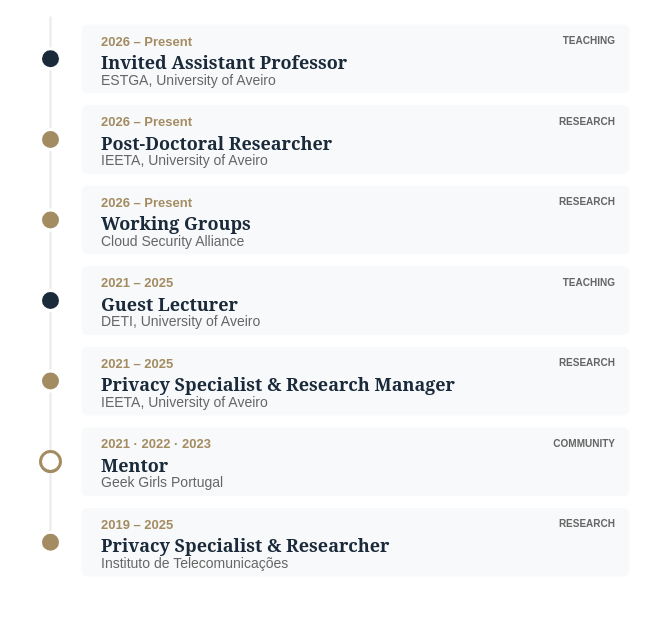
Above: img/professional-journey.drawio in catarinaacsilva/catarinaacsilva.github.io (draw.io), before the change. Source tidied: cells renumbered, new cells numbered last; positions are measured from the earlier drawing's top-left corner, leaving out a move shared by most shapes. Both pictures are drawn from the tidied source at 100%, with x=0, y=0 at pixel (40, 16).
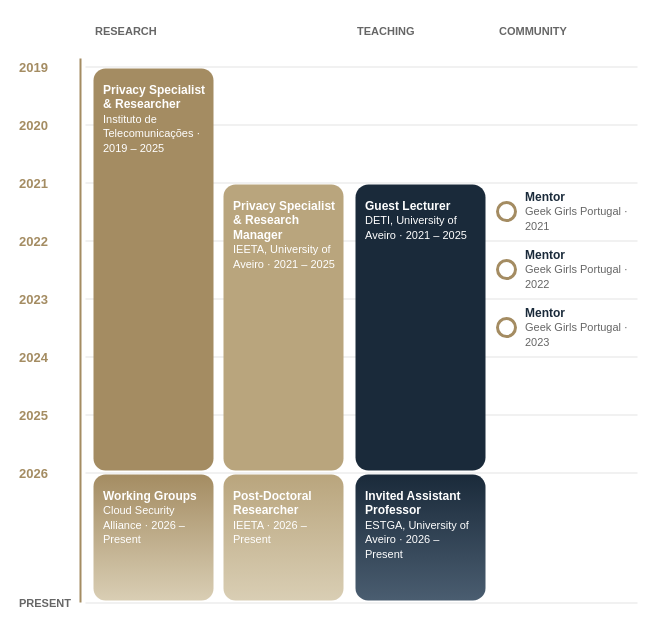
The same diagram, later.

Commit message (it also covers changes not shown here):
Home: Professional Journey as a real timeline with a year axis

Change to the diagram source:
```diff
@@
-    <mxCell id="2" style="rounded=0;fillColor=#eaeaea;strokeColor=none;" parent="1" vertex="1">
-      <mxGeometry x="9" width="2" height="525.7" as="geometry" />
+    <mxCell id="2" style="rounded=0;fillColor=#e3e3e3;strokeColor=none;" parent="1" vertex="1">
+      <mxGeometry x="45" y="50" width="552" height="1" as="geometry" />
     </mxCell>
-    <mxCell id="3" style="rounded=1;arcSize=8;fillColor=#f8f9fa;strokeColor=none;shadow=0;" parent="1" vertex="1">
-      <mxGeometry x="41" y="8" width="548" height="68.6" as="geometry" />
+    <mxCell id="3" value="2019" style="text;html=0;align=left;verticalAlign=middle;fontFamily=Helvetica;fontSize=13;fontStyle=1;fontColor=#a48c62;" parent="1" vertex="1">
+      <mxGeometry x="-23" y="40" width="60" height="20" as="geometry" />
     </mxCell>
-    <mxCell id="4" style="ellipse;fillColor=#1a2a3a;strokeColor=#ffffff;strokeWidth=3;" parent="1" vertex="1">
-      <mxGeometry y="32.3" width="20" height="20" as="geometry" />
+    <mxCell id="4" style="rounded=0;fillColor=#e3e3e3;strokeColor=none;" parent="1" vertex="1">
+      <mxGeometry x="45" y="108" width="552" height="1" as="geometry" />
     </mxCell>
-    <mxCell id="5" value="2026 – Present" style="text;html=0;align=left;verticalAlign=middle;fontFamily=Helvetica;fontSize=13;fontStyle=1;fontColor=#a48c62;spacingLeft=0;" parent="1" vertex="1">
-      <mxGeometry x="59" y="15" width="300" height="18" as="geometry" />
+    <mxCell id="5" value="2020" style="text;html=0;align=left;verticalAlign=middle;fontFamily=Helvetica;fontSize=13;fontStyle=1;fontColor=#a48c62;" parent="1" vertex="1">
+      <mxGeometry x="-23" y="98" width="60" height="20" as="geometry" />
     </mxCell>
-    <mxCell id="6" value="TEACHING" style="text;html=0;align=right;verticalAlign=middle;fontFamily=Helvetica;fontSize=10;fontStyle=1;fontColor=#666666;" parent="1" vertex="1">
-      <mxGeometry x="427" y="15" width="150" height="18" as="geometry" />
+    <mxCell id="6" style="rounded=0;fillColor=#e3e3e3;strokeColor=none;" parent="1" vertex="1">
+      <mxGeometry x="45" y="166" width="552" height="1" as="geometry" />
     </mxCell>
-    <mxCell id="7" value="Invited Assistant Professor" style="text;html=0;align=left;verticalAlign=middle;fontFamily=Georgia;fontSize=18;fontStyle=1;fontColor=#1a2a3a;" parent="1" vertex="1">
-      <mxGeometry x="59" y="33" width="510" height="24" as="geometry" />
+    <mxCell id="7" value="2021" style="text;html=0;align=left;verticalAlign=middle;fontFamily=Helvetica;fontSize=13;fontStyle=1;fontColor=#a48c62;" parent="1" vertex="1">
+      <mxGeometry x="-23" y="156" width="60" height="20" as="geometry" />
     </mxCell>
-    <mxCell id="8" value="ESTGA, University of Aveiro" style="text;html=0;align=left;verticalAlign=middle;fontFamily=Helvetica;fontSize=14;fontColor=#666666;" parent="1" vertex="1">
-      <mxGeometry x="59" y="52.6" width="510" height="20" as="geometry" />
+    <mxCell id="8" style="rounded=0;fillColor=#e3e3e3;strokeColor=none;" parent="1" vertex="1">
+      <mxGeometry x="45" y="224" width="552" height="1" as="geometry" />
     </mxCell>
-    <mxCell id="9" style="rounded=1;arcSize=8;fillColor=#f8f9fa;strokeColor=none;shadow=0;" parent="1" vertex="1">
-      <mxGeometry x="41" y="88.6" width="548" height="68.6" as="geometry" />
+    <mxCell id="9" value="2022" style="text;html=0;align=left;verticalAlign=middle;fontFamily=Helvetica;fontSize=13;fontStyle=1;fontColor=#a48c62;" parent="1" vertex="1">
+      <mxGeometry x="-23" y="214" width="60" height="20" as="geometry" />
     </mxCell>
-    <mxCell id="10" style="ellipse;fillColor=#a48c62;strokeColor=#ffffff;strokeWidth=3;" parent="1" vertex="1">
-      <mxGeometry y="112.9" width="20" height="20" as="geometry" />
+    <mxCell id="10" style="rounded=0;fillColor=#e3e3e3;strokeColor=none;" parent="1" vertex="1">
+      <mxGeometry x="45" y="282" width="552" height="1" as="geometry" />
     </mxCell>
-    <mxCell id="11" value="2026 – Present" style="text;html=0;align=left;verticalAlign=middle;fontFamily=Helvetica;fontSize=13;fontStyle=1;fontColor=#a48c62;spacingLeft=0;" parent="1" vertex="1">
-      <mxGeometry x="59" y="95.6" width="300" height="18" as="geometry" />
+    <mxCell id="11" value="2023" style="text;html=0;align=left;verticalAlign=middle;fontFamily=Helvetica;fontSize=13;fontStyle=1;fontColor=#a48c62;" parent="1" vertex="1">
+      <mxGeometry x="-23" y="272" width="60" height="20" as="geometry" />
     </mxCell>
-    <mxCell id="12" value="RESEARCH" style="text;html=0;align=right;verticalAlign=middle;fontFamily=Helvetica;fontSize=10;fontStyle=1;fontColor=#666666;" parent="1" vertex="1">
-      <mxGeometry x="427" y="95.6" width="150" height="18" as="geometry" />
+    <mxCell id="12" style="rounded=0;fillColor=#e3e3e3;strokeColor=none;" parent="1" vertex="1">
+      <mxGeometry x="45" y="340" width="552" height="1" as="geometry" />
     </mxCell>
-    <mxCell id="13" value="Post-Doctoral Researcher" style="text;html=0;align=left;verticalAlign=middle;fontFamily=Georgia;fontSize=18;fontStyle=1;fontColor=#1a2a3a;" parent="1" vertex="1">
-      <mxGeometry x="59" y="113.6" width="510" height="24" as="geometry" />
+    <mxCell id="13" value="2024" style="text;html=0;align=left;verticalAlign=middle;fontFamily=Helvetica;fontSize=13;fontStyle=1;fontColor=#a48c62;" parent="1" vertex="1">
+      <mxGeometry x="-23" y="330" width="60" height="20" as="geometry" />
     </mxCell>
-    <mxCell id="14" value="IEETA, University of Aveiro" style="text;html=0;align=left;verticalAlign=middle;fontFamily=Helvetica;fontSize=14;fontColor=#666666;" parent="1" vertex="1">
-      <mxGeometry x="59" y="133.1" width="510" height="20" as="geometry" />
+    <mxCell id="14" style="rounded=0;fillColor=#e3e3e3;strokeColor=none;" parent="1" vertex="1">
+      <mxGeometry x="45" y="398" width="552" height="1" as="geometry" />
     </mxCell>
-    <mxCell id="15" style="rounded=1;arcSize=8;fillColor=#f8f9fa;strokeColor=none;shadow=0;" parent="1" vertex="1">
-      <mxGeometry x="41" y="169.1" width="548" height="68.6" as="geometry" />
+    <mxCell id="15" value="2025" style="text;html=0;align=left;verticalAlign=middle;fontFamily=Helvetica;fontSize=13;fontStyle=1;fontColor=#a48c62;" parent="1" vertex="1">
+      <mxGeometry x="-23" y="388" width="60" height="20" as="geometry" />
     </mxCell>
-    <mxCell id="16" style="ellipse;fillColor=#a48c62;strokeColor=#ffffff;strokeWidth=3;" parent="1" vertex="1">
-      <mxGeometry y="193.4" width="20" height="20" as="geometry" />
+    <mxCell id="16" style="rounded=0;fillColor=#e3e3e3;strokeColor=none;" parent="1" vertex="1">
+      <mxGeometry x="45" y="456" width="552" height="1" as="geometry" />
     </mxCell>
-    <mxCell id="17" value="2026 – Present" style="text;html=0;align=left;verticalAlign=middle;fontFamily=Helvetica;fontSize=13;fontStyle=1;fontColor=#a48c62;spacingLeft=0;" parent="1" vertex="1">
-      <mxGeometry x="59" y="176.1" width="300" height="18" as="geometry" />
+    <mxCell id="17" value="2026" style="text;html=0;align=left;verticalAlign=middle;fontFamily=Helvetica;fontSize=13;fontStyle=1;fontColor=#a48c62;" parent="1" vertex="1">
+      <mxGeometry x="-23" y="446" width="60" height="20" as="geometry" />
     </mxCell>
-    <mxCell id="18" value="RESEARCH" style="text;html=0;align=right;verticalAlign=middle;fontFamily=Helvetica;fontSize=10;fontStyle=1;fontColor=#666666;" parent="1" vertex="1">
-      <mxGeometry x="427" y="176.1" width="150" height="18" as="geometry" />
+    <mxCell id="18" style="rounded=0;fillColor=#e3e3e3;strokeColor=none;" parent="1" vertex="1">
+      <mxGeometry x="45" y="586" width="552" height="1" as="geometry" />
     </mxCell>
-    <mxCell id="19" value="Working Groups" style="text;html=0;align=left;verticalAlign=middle;fontFamily=Georgia;fontSize=18;fontStyle=1;fontColor=#1a2a3a;" parent="1" vertex="1">
-      <mxGeometry x="59" y="194.1" width="510" height="24" as="geometry" />
+    <mxCell id="19" value="PRESENT" style="text;html=0;align=left;verticalAlign=middle;fontFamily=Helvetica;fontSize=11;fontStyle=1;fontColor=#666666;" parent="1" vertex="1">
+      <mxGeometry x="-23" y="576" width="70" height="20" as="geometry" />
     </mxCell>
-    <mxCell id="20" value="Cloud Security Alliance" style="text;html=0;align=left;verticalAlign=middle;fontFamily=Helvetica;fontSize=14;fontColor=#666666;" parent="1" vertex="1">
-      <mxGeometry x="59" y="213.7" width="510" height="20" as="geometry" />
+    <mxCell id="20" style="rounded=0;fillColor=#a48c62;strokeColor=none;" parent="1" vertex="1">
+      <mxGeometry x="39" y="42" width="2" height="544" as="geometry" />
     </mxCell>
-    <mxCell id="21" style="rounded=1;arcSize=8;fillColor=#f8f9fa;strokeColor=none;shadow=0;" parent="1" vertex="1">
-      <mxGeometry x="41" y="249.7" width="548" height="68.6" as="geometry" />
+    <mxCell id="21" value="RESEARCH" style="text;html=0;align=left;verticalAlign=middle;fontFamily=Helvetica;fontSize=11;fontStyle=1;fontColor=#666666;" parent="1" vertex="1">
+      <mxGeometry x="53" y="4" width="250" height="20" as="geometry" />
     </mxCell>
-    <mxCell id="22" style="ellipse;fillColor=#1a2a3a;strokeColor=#ffffff;strokeWidth=3;" parent="1" vertex="1">
-      <mxGeometry y="274" width="20" height="20" as="geometry" />
+    <mxCell id="22" value="TEACHING" style="text;html=0;align=left;verticalAlign=middle;fontFamily=Helvetica;fontSize=11;fontStyle=1;fontColor=#666666;" parent="1" vertex="1">
+      <mxGeometry x="315" y="4" width="130" height="20" as="geometry" />
     </mxCell>
-    <mxCell id="23" value="2021 – 2025" style="text;html=0;align=left;verticalAlign=middle;fontFamily=Helvetica;fontSize=13;fontStyle=1;fontColor=#a48c62;spacingLeft=0;" parent="1" vertex="1">
-      <mxGeometry x="59" y="256.7" width="300" height="18" as="geometry" />
+    <mxCell id="23" value="COMMUNITY" style="text;html=0;align=left;verticalAlign=middle;fontFamily=Helvetica;fontSize=11;fontStyle=1;fontColor=#666666;" parent="1" vertex="1">
+      <mxGeometry x="457" y="4" width="140" height="20" as="geometry" />
     </mxCell>
-    <mxCell id="24" value="TEACHING" style="text;html=0;align=right;verticalAlign=middle;fontFamily=Helvetica;fontSize=10;fontStyle=1;fontColor=#666666;" parent="1" vertex="1">
-      <mxGeometry x="427" y="256.7" width="150" height="18" as="geometry" />
+    <mxCell id="24" style="rounded=1;arcSize=10;fillColor=#a48c62;strokeColor=none;" parent="1" vertex="1">
+      <mxGeometry x="53" y="52" width="120" height="402" as="geometry" />
     </mxCell>
-    <mxCell id="25" value="Guest Lecturer" style="text;html=0;align=left;verticalAlign=middle;fontFamily=Georgia;fontSize=18;fontStyle=1;fontColor=#1a2a3a;" parent="1" vertex="1">
-      <mxGeometry x="59" y="274.7" width="510" height="24" as="geometry" />
+    <mxCell id="25" value="&lt;b&gt;Privacy Specialist &amp;amp; Researcher&lt;/b&gt;&lt;br/&gt;&lt;font style='font-size:11px'&gt;Instituto de Telecomunicações · 2019 – 2025&lt;/font&gt;" style="text;html=1;whiteSpace=wrap;align=left;verticalAlign=top;fontFamily=Helvetica;fontSize=12;fontColor=#ffffff;spacingLeft=8;spacingRight=6;spacingTop=8;" parent="1" vertex="1">
+      <mxGeometry x="53" y="52" width="120" height="402" as="geometry" />
     </mxCell>
-    <mxCell id="26" value="DETI, University of Aveiro" style="text;html=0;align=left;verticalAlign=middle;fontFamily=Helvetica;fontSize=14;fontColor=#666666;" parent="1" vertex="1">
-      <mxGeometry x="59" y="294.3" width="510" height="20" as="geometry" />
+    <mxCell id="26" style="rounded=1;arcSize=10;fillColor=#b9a57d;strokeColor=none;" parent="1" vertex="1">
+      <mxGeometry x="183" y="168" width="120" height="286" as="geometry" />
     </mxCell>
-    <mxCell id="27" style="rounded=1;arcSize=8;fillColor=#f8f9fa;strokeColor=none;shadow=0;" parent="1" vertex="1">
-      <mxGeometry x="41" y="330.3" width="548" height="68.6" as="geometry" />
+    <mxCell id="27" value="&lt;b&gt;Privacy Specialist &amp;amp; Research Manager&lt;/b&gt;&lt;br/&gt;&lt;font style='font-size:11px'&gt;IEETA, University of Aveiro · 2021 – 2025&lt;/font&gt;" style="text;html=1;whiteSpace=wrap;align=left;verticalAlign=top;fontFamily=Helvetica;fontSize=12;fontColor=#ffffff;spacingLeft=8;spacingRight=6;spacingTop=8;" parent="1" vertex="1">
+      <mxGeometry x="183" y="168" width="120" height="286" as="geometry" />
     </mxCell>
-    <mxCell id="28" style="ellipse;fillColor=#a48c62;strokeColor=#ffffff;strokeWidth=3;" parent="1" vertex="1">
-      <mxGeometry y="354.6" width="20" height="20" as="geometry" />
+    <mxCell id="28" style="rounded=1;arcSize=10;fillColor=#b9a57d;strokeColor=none;gradientColor=#d9ceb4;gradientDirection=south;" parent="1" vertex="1">
+      <mxGeometry x="183" y="458" width="120" height="126" as="geometry" />
     </mxCell>
-    <mxCell id="29" value="2021 – 2025" style="text;html=0;align=left;verticalAlign=middle;fontFamily=Helvetica;fontSize=13;fontStyle=1;fontColor=#a48c62;spacingLeft=0;" parent="1" vertex="1">
-      <mxGeometry x="59" y="337.3" width="300" height="18" as="geometry" />
+    <mxCell id="29" value="&lt;b&gt;Post-Doctoral Researcher&lt;/b&gt;&lt;br/&gt;&lt;font style='font-size:11px'&gt;IEETA · 2026 – Present&lt;/font&gt;" style="text;html=1;whiteSpace=wrap;align=left;verticalAlign=top;fontFamily=Helvetica;fontSize=12;fontColor=#ffffff;spacingLeft=8;spacingRight=6;spacingTop=8;" parent="1" vertex="1">
+      <mxGeometry x="183" y="458" width="120" height="126" as="geometry" />
     </mxCell>
-    <mxCell id="30" value="RESEARCH" style="text;html=0;align=right;verticalAlign=middle;fontFamily=Helvetica;fontSize=10;fontStyle=1;fontColor=#666666;" parent="1" vertex="1">
-      <mxGeometry x="427" y="337.3" width="150" height="18" as="geometry" />
+    <mxCell id="30" style="rounded=1;arcSize=10;fillColor=#a48c62;strokeColor=none;gradientColor=#d9ceb4;gradientDirection=south;" parent="1" vertex="1">
+      <mxGeometry x="53" y="458" width="120" height="126" as="geometry" />
     </mxCell>
-    <mxCell id="31" value="Privacy Specialist &amp; Research Manager" style="text;html=0;align=left;verticalAlign=middle;fontFamily=Georgia;fontSize=18;fontStyle=1;fontColor=#1a2a3a;" parent="1" vertex="1">
-      <mxGeometry x="59" y="355.3" width="510" height="24" as="geometry" />
+    <mxCell id="31" value="&lt;b&gt;Working Groups&lt;/b&gt;&lt;br/&gt;&lt;font style='font-size:11px'&gt;Cloud Security Alliance · 2026 – Present&lt;/font&gt;" style="text;html=1;whiteSpace=wrap;align=left;verticalAlign=top;fontFamily=Helvetica;fontSize=12;fontColor=#ffffff;spacingLeft=8;spacingRight=6;spacingTop=8;" parent="1" vertex="1">
+      <mxGeometry x="53" y="458" width="120" height="126" as="geometry" />
     </mxCell>
-    <mxCell id="32" value="IEETA, University of Aveiro" style="text;html=0;align=left;verticalAlign=middle;fontFamily=Helvetica;fontSize=14;fontColor=#666666;" parent="1" vertex="1">
-      <mxGeometry x="59" y="374.9" width="510" height="20" as="geometry" />
+    <mxCell id="32" style="rounded=1;arcSize=10;fillColor=#1a2a3a;strokeColor=none;" parent="1" vertex="1">
+      <mxGeometry x="315" y="168" width="130" height="286" as="geometry" />
     </mxCell>
-    <mxCell id="33" style="rounded=1;arcSize=8;fillColor=#f8f9fa;strokeColor=none;shadow=0;" parent="1" vertex="1">
-      <mxGeometry x="41" y="410.9" width="548" height="68.6" as="geometry" />
+    <mxCell id="33" value="&lt;b&gt;Guest Lecturer&lt;/b&gt;&lt;br/&gt;&lt;font style='font-size:11px'&gt;DETI, University of Aveiro · 2021 – 2025&lt;/font&gt;" style="text;html=1;whiteSpace=wrap;align=left;verticalAlign=top;fontFamily=Helvetica;fontSize=12;fontColor=#ffffff;spacingLeft=8;spacingRight=6;spacingTop=8;" parent="1" vertex="1">
+      <mxGeometry x="315" y="168" width="130" height="286" as="geometry" />
     </mxCell>
-    <mxCell id="34" style="ellipse;fillColor=#ffffff;strokeColor=#a48c62;strokeWidth=3;" parent="1" vertex="1">
-      <mxGeometry y="435.1" width="20" height="20" as="geometry" />
+    <mxCell id="34" style="rounded=1;arcSize=10;fillColor=#1a2a3a;strokeColor=none;gradientColor=#4a5d70;gradientDirection=south;" parent="1" vertex="1">
+      <mxGeometry x="315" y="458" width="130" height="126" as="geometry" />
     </mxCell>
-    <mxCell id="35" value="2021 · 2022 · 2023" style="text;html=0;align=left;verticalAlign=middle;fontFamily=Helvetica;fontSize=13;fontStyle=1;fontColor=#a48c62;spacingLeft=0;" parent="1" vertex="1">
-      <mxGeometry x="59" y="417.9" width="300" height="18" as="geometry" />
+    <mxCell id="35" value="&lt;b&gt;Invited Assistant Professor&lt;/b&gt;&lt;br/&gt;&lt;font style='font-size:11px'&gt;ESTGA, University of Aveiro · 2026 – Present&lt;/font&gt;" style="text;html=1;whiteSpace=wrap;align=left;verticalAlign=top;fontFamily=Helvetica;fontSize=12;fontColor=#ffffff;spacingLeft=8;spacingRight=6;spacingTop=8;" parent="1" vertex="1">
+      <mxGeometry x="315" y="458" width="130" height="126" as="geometry" />
     </mxCell>
-    <mxCell id="36" value="COMMUNITY" style="text;html=0;align=right;verticalAlign=middle;fontFamily=Helvetica;fontSize=10;fontStyle=1;fontColor=#666666;" parent="1" vertex="1">
-      <mxGeometry x="427" y="417.9" width="150" height="18" as="geometry" />
+    <mxCell id="36" style="ellipse;fillColor=#ffffff;strokeColor=#a48c62;strokeWidth=3;" parent="1" vertex="1">
+      <mxGeometry x="457" y="186" width="18" height="18" as="geometry" />
     </mxCell>
-    <mxCell id="37" value="Mentor" style="text;html=0;align=left;verticalAlign=middle;fontFamily=Georgia;fontSize=18;fontStyle=1;fontColor=#1a2a3a;" parent="1" vertex="1">
-      <mxGeometry x="59" y="435.9" width="510" height="24" as="geometry" />
+    <mxCell id="37" value="&lt;b&gt;Mentor&lt;/b&gt;&lt;br/&gt;&lt;font style='font-size:11px;color:#666666'&gt;Geek Girls Portugal · 2021&lt;/font&gt;" style="text;html=1;whiteSpace=wrap;align=left;verticalAlign=middle;fontFamily=Helvetica;fontSize=12;fontColor=#1a2a3a;" parent="1" vertex="1">
+      <mxGeometry x="483" y="179" width="114" height="32" as="geometry" />
     </mxCell>
-    <mxCell id="38" value="Geek Girls Portugal" style="text;html=0;align=left;verticalAlign=middle;fontFamily=Helvetica;fontSize=14;fontColor=#666666;" parent="1" vertex="1">
-      <mxGeometry x="59" y="455.4" width="510" height="20" as="geometry" />
+    <mxCell id="38" style="ellipse;fillColor=#ffffff;strokeColor=#a48c62;strokeWidth=3;" parent="1" vertex="1">
+      <mxGeometry x="457" y="244" width="18" height="18" as="geometry" />
     </mxCell>
-    <mxCell id="39" style="rounded=1;arcSize=8;fillColor=#f8f9fa;strokeColor=none;shadow=0;" parent="1" vertex="1">
-      <mxGeometry x="41" y="491.4" width="548" height="68.6" as="geometry" />
+    <mxCell id="39" value="&lt;b&gt;Mentor&lt;/b&gt;&lt;br/&gt;&lt;font style='font-size:11px;color:#666666'&gt;Geek Girls Portugal · 2022&lt;/font&gt;" style="text;html=1;whiteSpace=wrap;align=left;verticalAlign=middle;fontFamily=Helvetica;fontSize=12;fontColor=#1a2a3a;" parent="1" vertex="1">
+      <mxGeometry x="483" y="237" width="114" height="32" as="geometry" />
     </mxCell>
-    <mxCell id="40" style="ellipse;fillColor=#a48c62;strokeColor=#ffffff;strokeWidth=3;" parent="1" vertex="1">
-      <mxGeometry y="515.7" width="20" height="20" as="geometry" />
+    <mxCell id="40" style="ellipse;fillColor=#ffffff;strokeColor=#a48c62;strokeWidth=3;" parent="1" vertex="1">
+      <mxGeometry x="457" y="302" width="18" height="18" as="geometry" />
     </mxCell>
-    <mxCell id="41" value="2019 – 2025" style="text;html=0;align=left;verticalAlign=middle;fontFamily=Helvetica;fontSize=13;fontStyle=1;fontColor=#a48c62;spacingLeft=0;" parent="1" vertex="1">
-      <mxGeometry x="59" y="498.4" width="300" height="18" as="geometry" />
+    <mxCell id="41" value="&lt;b&gt;Mentor&lt;/b&gt;&lt;br/&gt;&lt;font style='font-size:11px;color:#666666'&gt;Geek Girls Portugal · 2023&lt;/font&gt;" style="text;html=1;whiteSpace=wrap;align=left;verticalAlign=middle;fontFamily=Helvetica;fontSize=12;fontColor=#1a2a3a;" parent="1" vertex="1">
+      <mxGeometry x="483" y="295" width="114" height="32" as="geometry" />
     </mxCell>
-    <mxCell id="42" value="RESEARCH" style="text;html=0;align=right;verticalAlign=middle;fontFamily=Helvetica;fontSize=10;fontStyle=1;fontColor=#666666;" parent="1" vertex="1">
-      <mxGeometry x="427" y="498.4" width="150" height="18" as="geometry" />
-    </mxCell>
-    <mxCell id="43" value="Privacy Specialist &amp; Researcher" style="text;html=0;align=left;verticalAlign=middle;fontFamily=Georgia;fontSize=18;fontStyle=1;fontColor=#1a2a3a;" parent="1" vertex="1">
-      <mxGeometry x="59" y="516.4" width="510" height="24" as="geometry" />
-    </mxCell>
-    <mxCell id="44" value="Instituto de Telecomunicações" style="text;html=0;align=left;verticalAlign=middle;fontFamily=Helvetica;fontSize=14;fontColor=#666666;" parent="1" vertex="1">
-      <mxGeometry x="59" y="536" width="510" height="20" as="geometry" />
-    </mxCell>
```
